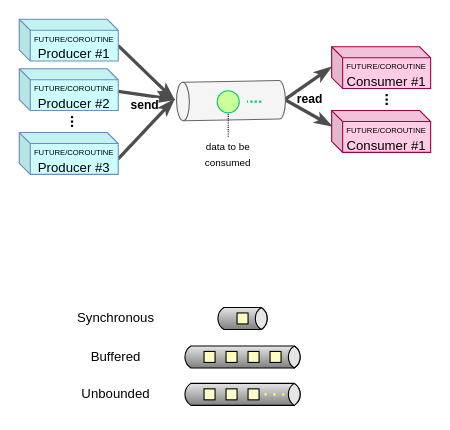
Above: page "Page-1" (1 of 5) of docs/content/res/schemas/diagrams.drawio in tassiluca/direct-style-experiments (draw.io), before the change. Source tidied: cells renumbered, new cells numbered last; positions are measured from the earlier drawing's top-left corner, leaving out a move shared by most shapes. Both pictures are drawn from the tidied source at 110%, with x=0, y=0 at pixel (19, 19).
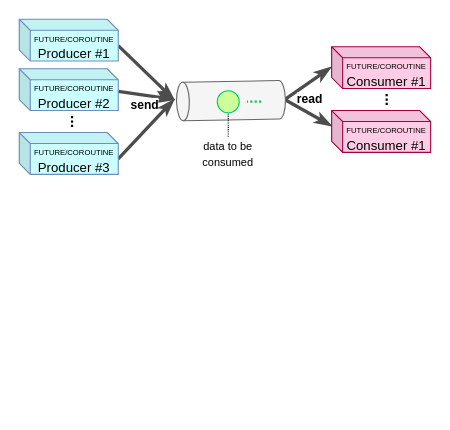
The same page after the edit.

Change to the diagram source:
```diff
@@
-    <mxCell id="11" style="strokeWidth=1;dashed=0;align=center;html=1;fontSize=8;shape=mxgraph.eip.dataChannel;verticalLabelPosition=bottom;verticalAlign=top;sketch=0;" parent="1" vertex="1">
-      <mxGeometry x="148" y="297" width="110" height="20" as="geometry" />
-    </mxCell>
-    <mxCell id="12" value="Buffered" style="text;html=1;strokeColor=none;fillColor=none;align=center;verticalAlign=middle;whiteSpace=wrap;rounded=0;" parent="1" vertex="1">
-      <mxGeometry x="58" y="292" width="60" height="30" as="geometry" />
-    </mxCell>
-    <mxCell id="13" style="strokeWidth=1;dashed=0;align=center;html=1;fontSize=8;shape=mxgraph.eip.dataChannel;verticalLabelPosition=bottom;verticalAlign=top;sketch=0;" parent="1" vertex="1">
-      <mxGeometry x="178" y="262" width="50" height="20" as="geometry" />
-    </mxCell>
-    <mxCell id="14" value="Synchronous" style="text;html=1;strokeColor=none;fillColor=none;align=center;verticalAlign=middle;whiteSpace=wrap;rounded=0;" parent="1" vertex="1">
-      <mxGeometry x="58" y="257" width="60" height="30" as="geometry" />
-    </mxCell>
-    <mxCell id="15" style="strokeWidth=1;dashed=0;align=center;fontSize=8;shape=mxgraph.eip.messageChannel;html=1;verticalLabelPosition=bottom;verticalAlign=top;" parent="1" vertex="1">
-      <mxGeometry x="148" y="331" width="110" height="20" as="geometry" />
-    </mxCell>
-    <mxCell id="16" style="whiteSpace=wrap;html=1;fillColor=#FFFFCC;" parent="1" vertex="1">
-      <mxGeometry x="168" y="336" width="10" height="10" as="geometry" />
-    </mxCell>
-    <mxCell id="17" style="whiteSpace=wrap;html=1;fillColor=#FFFFCC;" parent="1" vertex="1">
-      <mxGeometry x="188" y="336" width="10" height="10" as="geometry" />
-    </mxCell>
-    <mxCell id="18" style="whiteSpace=wrap;html=1;fillColor=#FFFFCC;" parent="1" vertex="1">
-      <mxGeometry x="208" y="336" width="10" height="10" as="geometry" />
-    </mxCell>
-    <mxCell id="19" style="endArrow=none;dashed=1;html=1;dashPattern=1 3;strokeWidth=2;rounded=0;strokeColor=#FFFF66;" parent="1" edge="1">
-      <mxGeometry relative="1" as="geometry">
-        <mxPoint x="241" y="341" as="sourcePoint" />
-        <mxPoint x="221" y="341" as="targetPoint" />
-      </mxGeometry>
-    </mxCell>
-    <mxCell id="20" value="Unbounded" style="text;html=1;strokeColor=none;fillColor=none;align=center;verticalAlign=middle;whiteSpace=wrap;rounded=0;" parent="1" vertex="1">
-      <mxGeometry x="58" y="326" width="60" height="30" as="geometry" />
-    </mxCell>
@@
-    <mxCell id="31" value="&lt;font face=&quot;Noteworthy&quot; style=&quot;font-size: 9px;&quot;&gt;data to be consumed&lt;/font&gt;" style="text;html=1;align=center;verticalAlign=middle;whiteSpace=wrap;rounded=0;" parent="1" vertex="1">
+    <mxCell id="31" value="&lt;font face=&quot;Noteworthy&quot; style=&quot;font-size: 10px;&quot;&gt;data to be consumed&lt;/font&gt;" style="text;html=1;align=center;verticalAlign=middle;whiteSpace=wrap;rounded=0;" parent="1" vertex="1">
       <mxGeometry x="167.2" y="106.8" width="45.5" height="30.5" as="geometry" />
     </mxCell>
```
